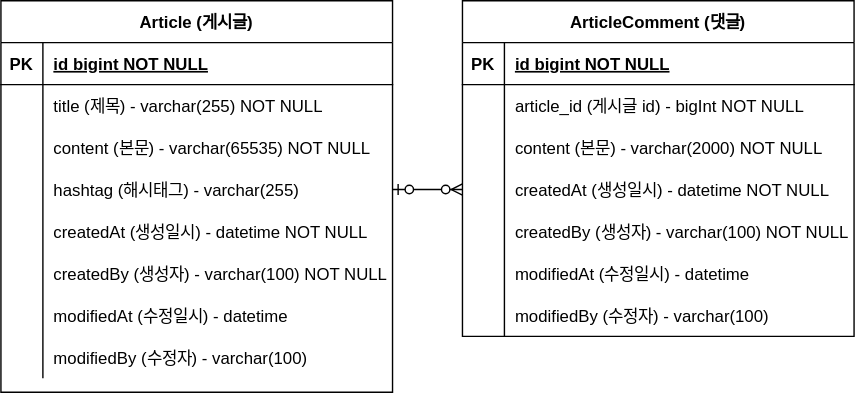
The draw.io diagram document/project-board-erd.svg in HyoseopSong/fastcampus-project-board, before a commit. Source tidied: cells renumbered, new cells last; positions are measured from the earlier drawing's top-left corner, leaving out a move shared by most shapes.
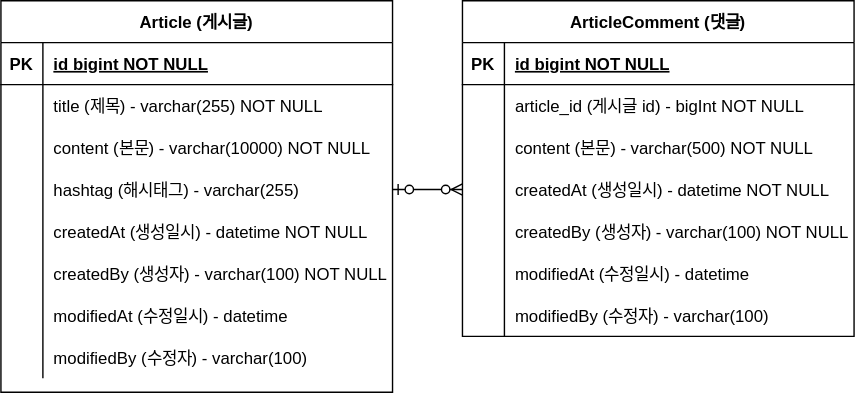
After the commit.

Commit message:
#8 - erd 업데이트 : content 사이즈 변경

What changed in the source:
```diff
@@ -29,7 +29,7 @@
     <mxCell id="10" style="shape=partialRectangle;overflow=hidden;fillColor=none;top=0;left=0;bottom=0;right=0;" parent="9" vertex="1">
       <mxGeometry width="30" height="30" as="geometry" />
     </mxCell>
-    <mxCell id="11" value="content (본문) - varchar(65535) NOT NULL" style="shape=partialRectangle;overflow=hidden;fillColor=none;top=0;left=0;bottom=0;right=0;align=left;spacingLeft=6;" parent="9" vertex="1">
+    <mxCell id="11" value="content (본문) - varchar(10000) NOT NULL" style="shape=partialRectangle;overflow=hidden;fillColor=none;top=0;left=0;bottom=0;right=0;align=left;spacingLeft=6;" parent="9" vertex="1">
       <mxGeometry x="30" width="250" height="30" as="geometry" />
     </mxCell>
     <mxCell id="12" style="shape=partialRectangle;fillColor=none;points=[[0,0.5],[1,0.5]];portConstraint=eastwest;top=0;left=0;right=0;bottom=0;" parent="2" vertex="1">
@@ -107,7 +107,7 @@
     <mxCell id="36" style="shape=partialRectangle;overflow=hidden;fillColor=none;top=0;left=0;bottom=0;right=0;" parent="35" vertex="1">
       <mxGeometry width="30" height="30" as="geometry" />
     </mxCell>
-    <mxCell id="37" value="content (본문) - varchar(2000) NOT NULL" style="shape=partialRectangle;overflow=hidden;fillColor=none;top=0;left=0;bottom=0;right=0;align=left;spacingLeft=6;" parent="35" vertex="1">
+    <mxCell id="37" value="content (본문) - varchar(500) NOT NULL" style="shape=partialRectangle;overflow=hidden;fillColor=none;top=0;left=0;bottom=0;right=0;align=left;spacingLeft=6;" parent="35" vertex="1">
       <mxGeometry x="30" width="250" height="30" as="geometry" />
     </mxCell>
     <mxCell id="38" style="shape=partialRectangle;fillColor=none;points=[[0,0.5],[1,0.5]];portConstraint=eastwest;top=0;left=0;right=0;bottom=0;" parent="28" vertex="1">
```
